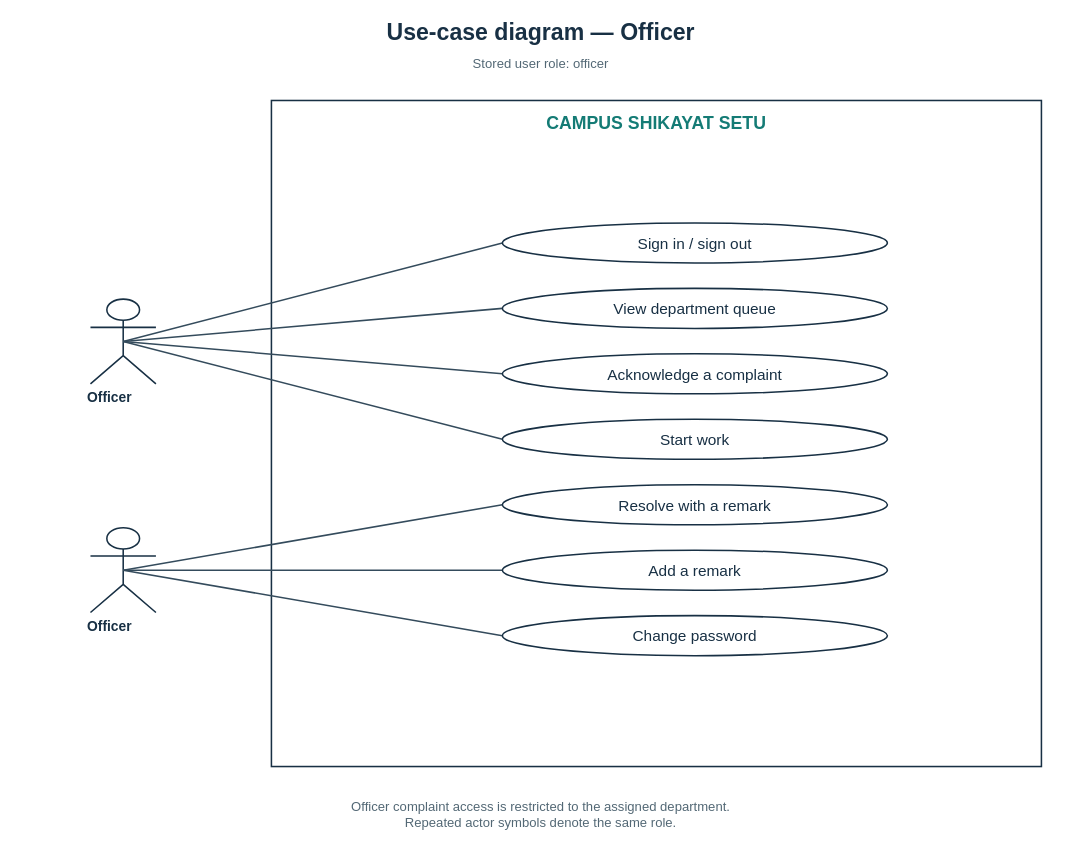
Earlier version of the draw.io diagram page "Officer" (2 of 4) of shikayat-setu/report/diagrams/fig-usecase.drawio (Yashwant-git392/Yashwant-git392). Source tidied: cells renumbered, new cells numbered last; positions are measured from the earlier drawing's top-left corner, leaving out a move shared by most shapes. Both pictures are drawn from the tidied source at 77%, with x=0, y=0 at pixel (13, 13).
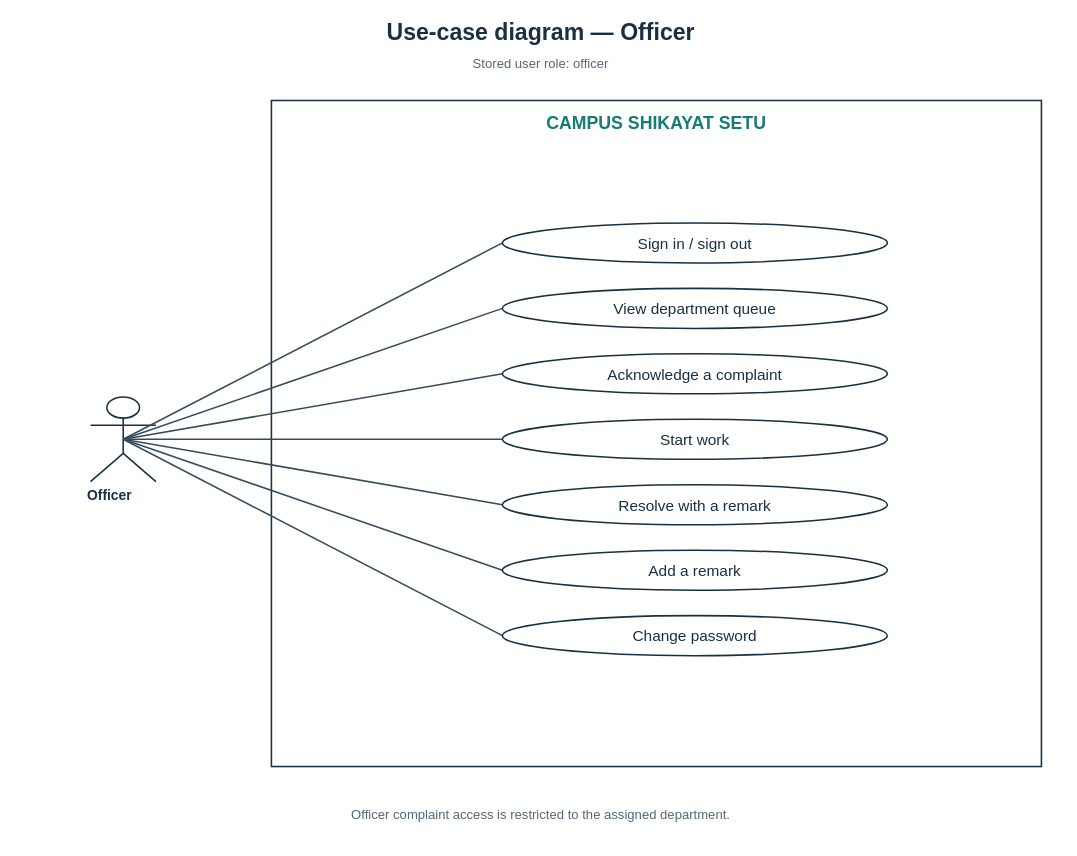
The same page after the edit.

What changed in the source:
```diff
@@
     <mxCell id="6" style="shape=umlActor;html=0;fillColor=white;strokeColor=#183044;strokeWidth=2;" parent="1" vertex="1">
-      <mxGeometry x="100" y="371" width="85" height="110" as="geometry" />
+      <mxGeometry x="100" y="498" width="85" height="110" as="geometry" />
     </mxCell>
     <mxCell id="7" value="Officer" style="text;html=0;align=center;verticalAlign=middle;whiteSpace=wrap;strokeColor=none;fillColor=none;fontFamily=Arial;fontSize=18;fontColor=#183044;fontStyle=1;" parent="1" vertex="1">
-      <mxGeometry y="484" width="250" height="30" as="geometry" />
+      <mxGeometry y="611" width="250" height="30" as="geometry" />
     </mxCell>
@@
-    <mxCell id="16" style="shape=umlActor;html=0;fillColor=white;strokeColor=#183044;strokeWidth=2;" parent="1" vertex="1">
-      <mxGeometry x="100" y="668" width="85" height="110" as="geometry" />
+    <mxCell id="16" style="edgeStyle=none;rounded=0;strokeColor=#344b5c;strokeWidth=2;endArrow=none;endFill=0;dashed=0;exitX=0.5000;exitY=0.5000;exitPerimeter=0;entryX=0.0000;entryY=0.5000;entryPerimeter=0;" parent="1" edge="1" source="6" target="17">
+      <mxGeometry relative="1" as="geometry" />
     </mxCell>
-    <mxCell id="17" value="Officer" style="text;html=0;align=center;verticalAlign=middle;whiteSpace=wrap;strokeColor=none;fillColor=none;fontFamily=Arial;fontSize=18;fontColor=#183044;fontStyle=1;" parent="1" vertex="1">
-      <mxGeometry y="781" width="250" height="30" as="geometry" />
+    <mxCell id="17" value="Resolve with a remark" style="ellipse;whiteSpace=wrap;html=0;fillColor=white;strokeColor=#183044;strokeWidth=2;fontFamily=Arial;fontSize=20;fontColor=#183044;fontStyle=0;align=center;verticalAlign=middle;" parent="1" vertex="1">
+      <mxGeometry x="635" y="612" width="500" height="52" as="geometry" />
     </mxCell>
-    <mxCell id="18" style="edgeStyle=none;rounded=0;strokeColor=#344b5c;strokeWidth=2;endArrow=none;endFill=0;dashed=0;exitX=0.5000;exitY=0.5000;exitPerimeter=0;entryX=0.0000;entryY=0.5000;entryPerimeter=0;" parent="1" edge="1" source="16" target="19">
+    <mxCell id="18" style="edgeStyle=none;rounded=0;strokeColor=#344b5c;strokeWidth=2;endArrow=none;endFill=0;dashed=0;exitX=0.5000;exitY=0.5000;exitPerimeter=0;entryX=0.0000;entryY=0.5000;entryPerimeter=0;" parent="1" edge="1" source="6" target="19">
       <mxGeometry relative="1" as="geometry" />
     </mxCell>
-    <mxCell id="19" value="Resolve with a remark" style="ellipse;whiteSpace=wrap;html=0;fillColor=white;strokeColor=#183044;strokeWidth=2;fontFamily=Arial;fontSize=20;fontColor=#183044;fontStyle=0;align=center;verticalAlign=middle;" parent="1" vertex="1">
-      <mxGeometry x="635" y="612" width="500" height="52" as="geometry" />
+    <mxCell id="19" value="Add a remark" style="ellipse;whiteSpace=wrap;html=0;fillColor=white;strokeColor=#183044;strokeWidth=2;fontFamily=Arial;fontSize=20;fontColor=#183044;fontStyle=0;align=center;verticalAlign=middle;" parent="1" vertex="1">
+      <mxGeometry x="635" y="697" width="500" height="52" as="geometry" />
     </mxCell>
-    <mxCell id="20" style="edgeStyle=none;rounded=0;strokeColor=#344b5c;strokeWidth=2;endArrow=none;endFill=0;dashed=0;exitX=0.5000;exitY=0.5000;exitPerimeter=0;entryX=0.0000;entryY=0.5000;entryPerimeter=0;" parent="1" edge="1" source="16" target="21">
+    <mxCell id="20" style="edgeStyle=none;rounded=0;strokeColor=#344b5c;strokeWidth=2;endArrow=none;endFill=0;dashed=0;exitX=0.5000;exitY=0.5000;exitPerimeter=0;entryX=0.0000;entryY=0.5000;entryPerimeter=0;" parent="1" edge="1" source="6" target="21">
       <mxGeometry relative="1" as="geometry" />
     </mxCell>
-    <mxCell id="21" value="Add a remark" style="ellipse;whiteSpace=wrap;html=0;fillColor=white;strokeColor=#183044;strokeWidth=2;fontFamily=Arial;fontSize=20;fontColor=#183044;fontStyle=0;align=center;verticalAlign=middle;" parent="1" vertex="1">
-      <mxGeometry x="635" y="697" width="500" height="52" as="geometry" />
+    <mxCell id="21" value="Change password" style="ellipse;whiteSpace=wrap;html=0;fillColor=white;strokeColor=#183044;strokeWidth=2;fontFamily=Arial;fontSize=20;fontColor=#183044;fontStyle=0;align=center;verticalAlign=middle;" parent="1" vertex="1">
+      <mxGeometry x="635" y="782" width="500" height="52" as="geometry" />
     </mxCell>
-    <mxCell id="22" style="edgeStyle=none;rounded=0;strokeColor=#344b5c;strokeWidth=2;endArrow=none;endFill=0;dashed=0;exitX=0.5000;exitY=0.5000;exitPerimeter=0;entryX=0.0000;entryY=0.5000;entryPerimeter=0;" parent="1" edge="1" source="16" target="23">
-      <mxGeometry relative="1" as="geometry" />
+    <mxCell id="22" value="Officer complaint access is restricted to the assigned department." style="text;html=0;align=center;verticalAlign=middle;whiteSpace=wrap;strokeColor=none;fillColor=none;fontFamily=Arial;fontSize=17;fontColor=#536875;fontStyle=0;" parent="1" vertex="1">
+      <mxGeometry x="5" y="1003" width="1360" height="75" as="geometry" />
     </mxCell>
-    <mxCell id="23" value="Change password" style="ellipse;whiteSpace=wrap;html=0;fillColor=white;strokeColor=#183044;strokeWidth=2;fontFamily=Arial;fontSize=20;fontColor=#183044;fontStyle=0;align=center;verticalAlign=middle;" parent="1" vertex="1">
-      <mxGeometry x="635" y="782" width="500" height="52" as="geometry" />
-    </mxCell>
-    <mxCell id="24" value="Officer complaint access is restricted to the assigned department.&#10;Repeated actor symbols denote the same role." style="text;html=0;align=center;verticalAlign=middle;whiteSpace=wrap;strokeColor=none;fillColor=none;fontFamily=Arial;fontSize=17;fontColor=#536875;fontStyle=0;" parent="1" vertex="1">
-      <mxGeometry x="5" y="1003" width="1360" height="75" as="geometry" />
-    </mxCell>
```
